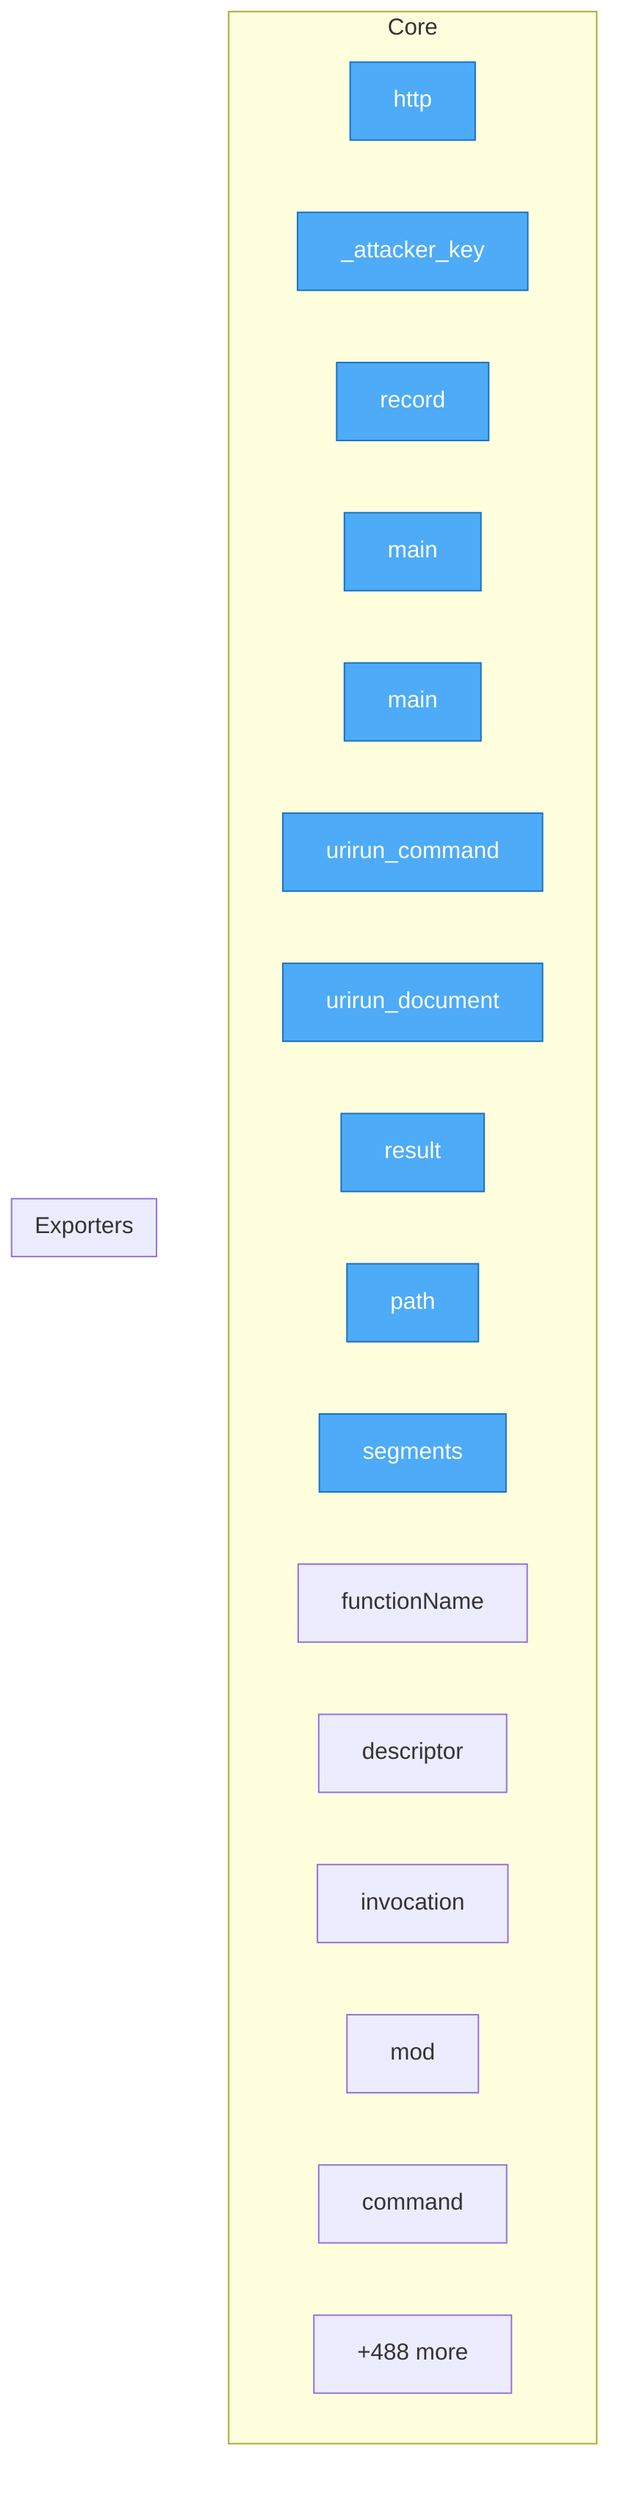
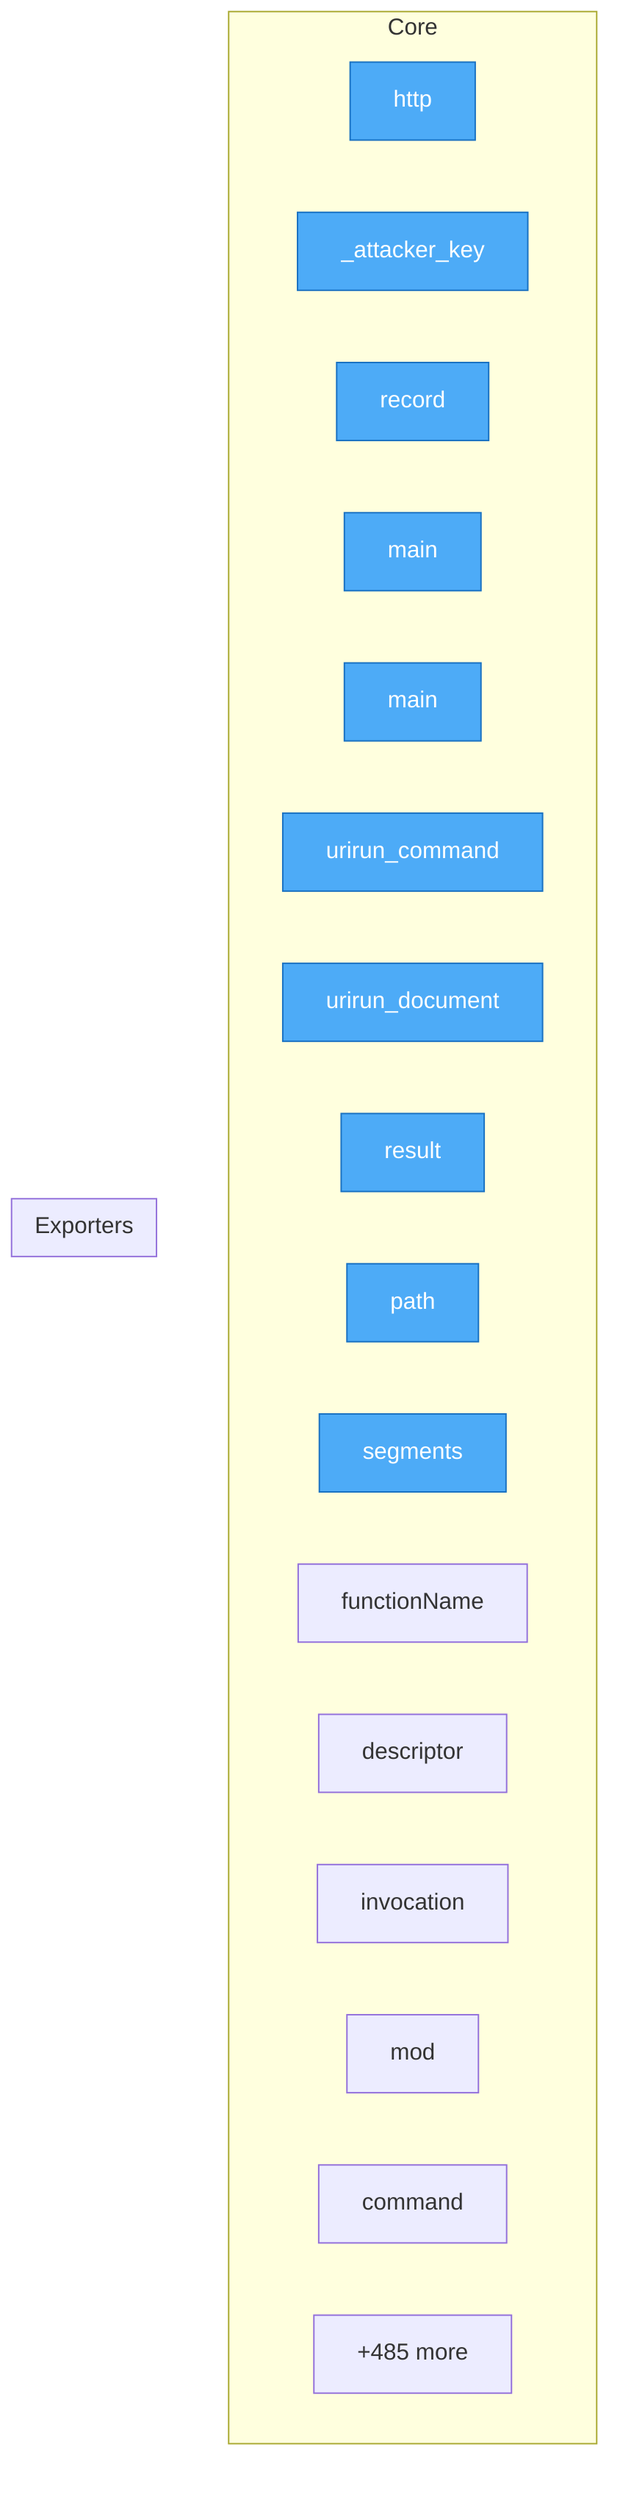
flowchart TD
- %% generated in 0.04s
+ %% generated in 0.07s

    %% Entry points (blue)
    classDef entry fill:#4dabf7,stroke:#1971c2,color:#fff

    subgraph Core
        security__mesh_probe__probe__http["http"]
        security__mesh_probe__probe___attacker_key["_attacker_key"]
        security__mesh_probe__probe__record["record"]
        adapters__conformance__main["main"]
        adapters__new_connector__main["main"]
        adapters__bash__urirun__urirun_command["urirun_command"]
        adapters__bash__urirun__urirun_document["urirun_document"]
        adapters__js__index__test__result["result"]
        adapters__js__path["path"]
        adapters__js__segments["segments"]
        adapters__js__functionName["functionName"]
        adapters__js__descriptor["descriptor"]
        adapters__js__invocation["invocation"]
        adapters__js__mod["mod"]
        adapters__java__Urirun__Urirun__command["command"]
-         ...["+488 more"]
+         ...["+485 more"]
    end

    subgraph Exporters
    end

    class security__mesh_probe__probe__http,security__mesh_probe__probe___attacker_key,security__mesh_probe__probe__record,adapters__conformance__main,adapters__new_connector__main,adapters__bash__urirun__urirun_command,adapters__bash__urirun__urirun_document,adapters__js__index__test__result,adapters__js__path,adapters__js__segments entry
